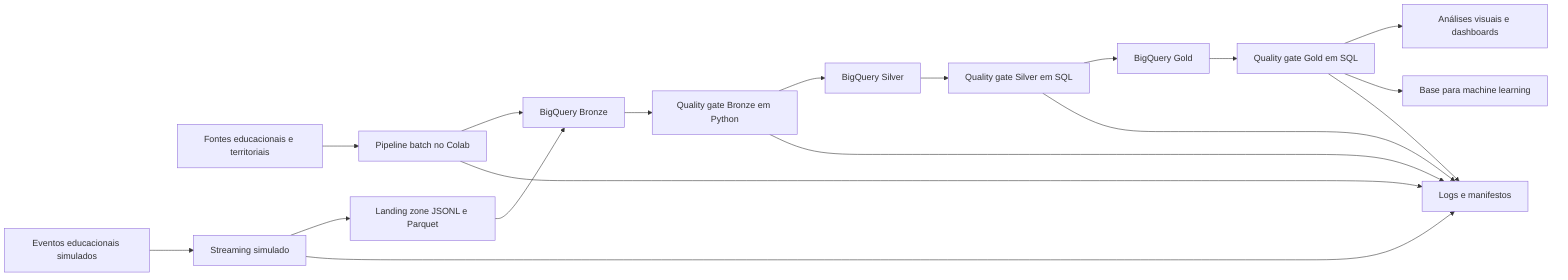
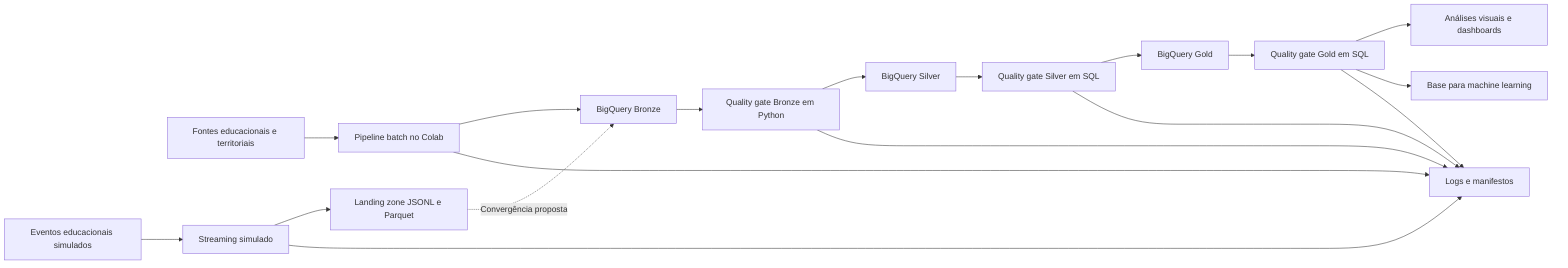
flowchart LR
    A[Fontes educacionais e territoriais] --> B[Pipeline batch no Colab]
    S[Eventos educacionais simulados] --> T[Streaming simulado]
    B --> BR[BigQuery Bronze]
    T --> L[Landing zone JSONL e Parquet]
-     L --> BR
+     L -.->|Convergência proposta| BR
    BR --> QB[Quality gate Bronze em Python]
    QB --> SI[BigQuery Silver]
    SI --> QS[Quality gate Silver em SQL]
    QS --> GO[BigQuery Gold]
    GO --> QG[Quality gate Gold em SQL]
    QG --> AN[Análises visuais e dashboards]
    QG --> ML[Base para machine learning]
    B --> LG[Logs e manifestos]
    T --> LG
    QB --> LG
    QS --> LG
    QG --> LG
